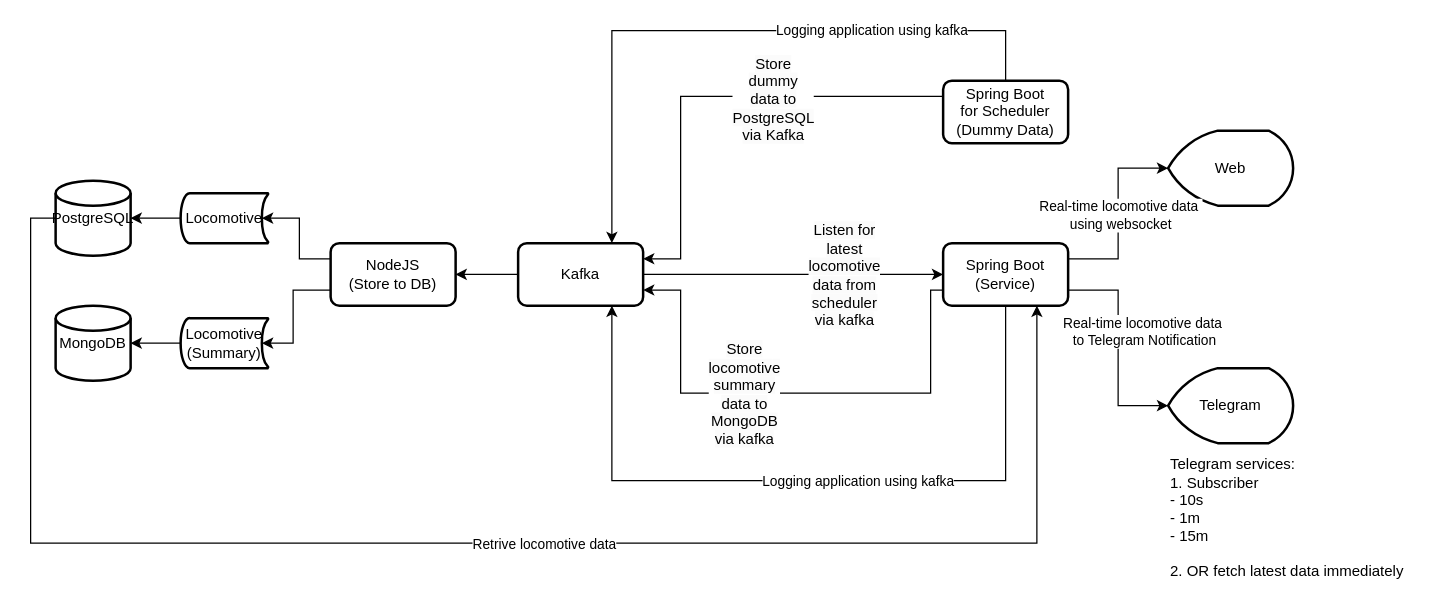
The draw.io diagram IoT Lokomotif.drawio in misterdevs/Simulation-IoT-of-Locomotive, before the edit. Source tidied: cells renumbered, new cells numbered last; positions are measured from the earlier drawing's top-left corner, leaving out a move shared by most shapes. Both pictures are drawn from the tidied source at 125%, with x=0, y=0 at pixel (30, 30).
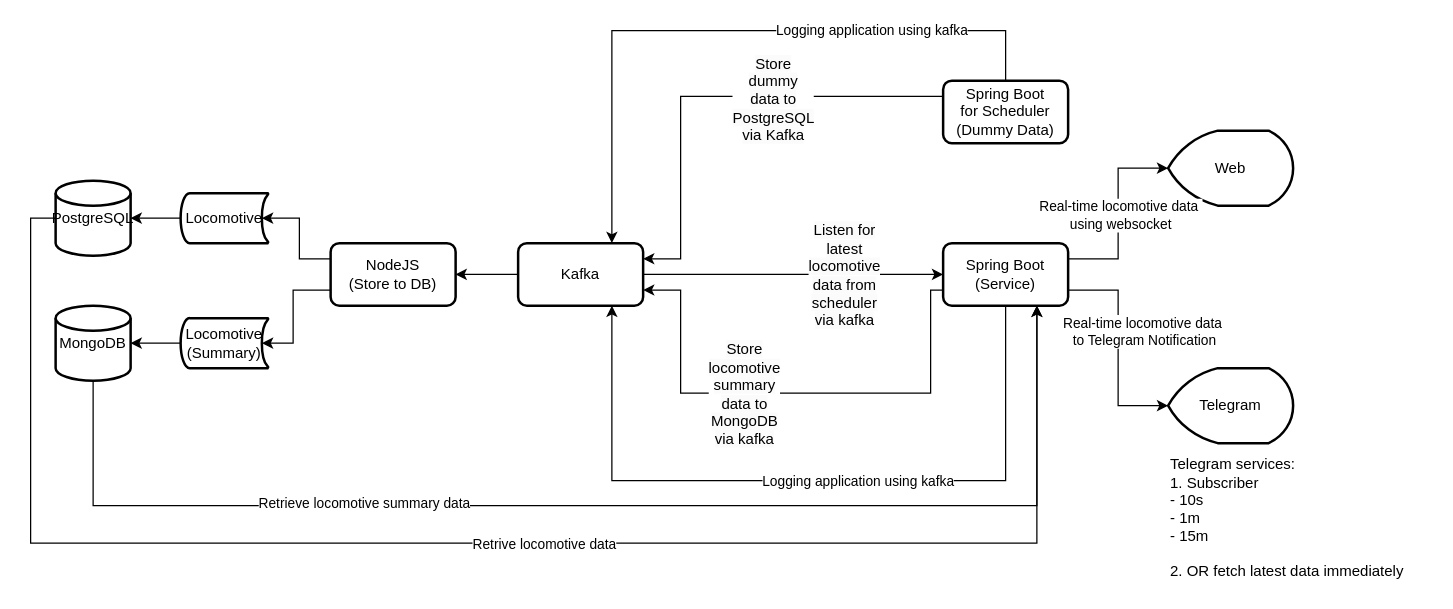
After the change.

Unchanged cells that the change refers to:
```xml
<mxCell id="2" value="MongoDB" style="strokeWidth=2;html=1;shape=mxgraph.flowchart.database;whiteSpace=wrap;" parent="1" vertex="1">
  <mxGeometry x="20" y="220" width="60" height="60" as="geometry" />
</mxCell>
<mxCell id="25" value="Spring Boot&lt;br&gt;(Service)" style="rounded=1;whiteSpace=wrap;html=1;absoluteArcSize=1;arcSize=14;strokeWidth=2;" parent="1" vertex="1">
  <mxGeometry x="730" y="170" width="100" height="50" as="geometry" />
</mxCell>
```

Change to the diagram source:
```diff
@@
+    <mxCell id="35" style="edgeStyle=orthogonalEdgeStyle;rounded=0;jettySize=auto;html=1;exitX=0.5;exitY=1;exitDx=0;exitDy=0;exitPerimeter=0;entryX=0.75;entryY=1;entryDx=0;entryDy=0;" parent="1" edge="1" source="2" target="25">
+      <mxGeometry relative="1" as="geometry">
+        <Array as="points">
+          <mxPoint x="50" y="380" />
+          <mxPoint x="805" y="380" />
+        </Array>
+      </mxGeometry>
+    </mxCell>
+    <mxCell id="36" value="Retrieve locomotive summary data" style="edgeLabel;html=1;align=center;verticalAlign=middle;" parent="35" vertex="1">
+      <mxGeometry x="-0.38" y="3" relative="1" as="geometry">
+        <mxPoint x="1" as="offset" />
+      </mxGeometry>
+    </mxCell>
```
